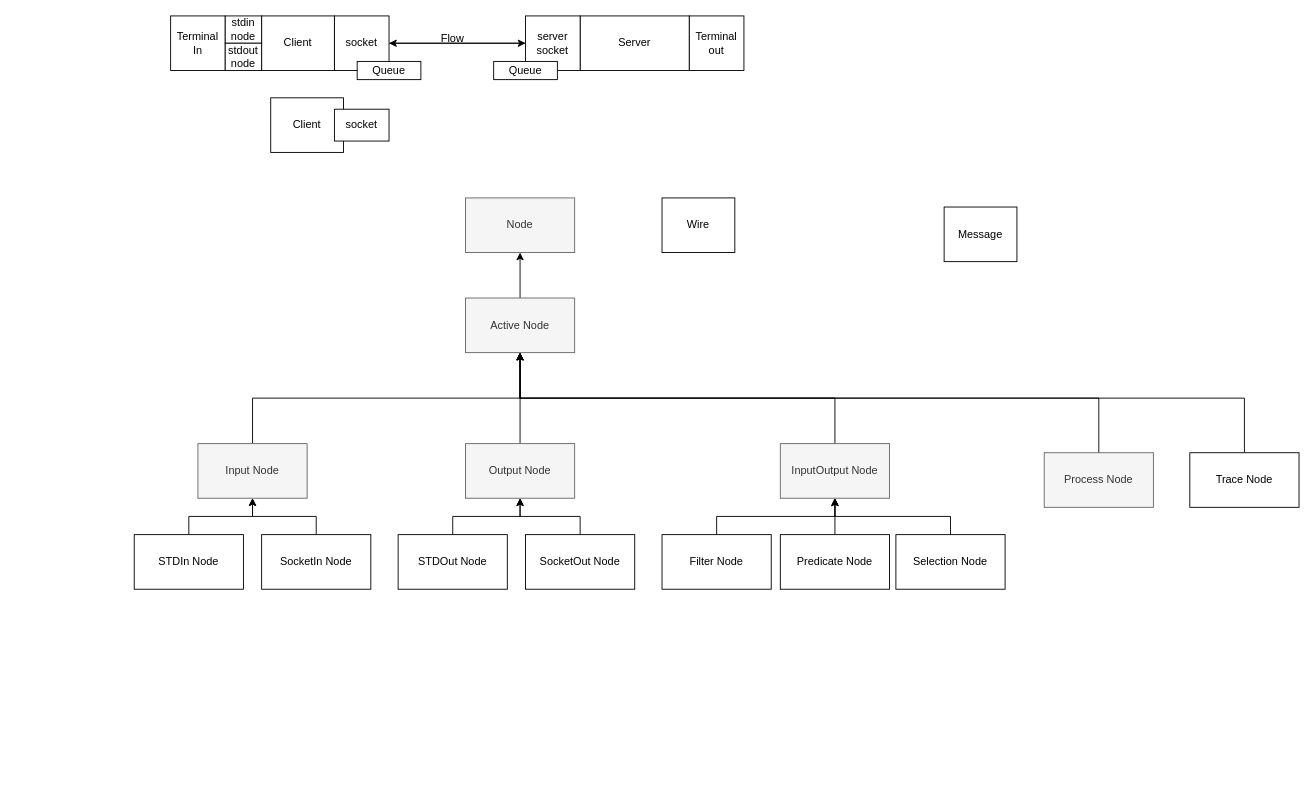
Above: XFlow.drawio in codethestudent/XFlow-Team-Project (draw.io), before the change. Source tidied: cells renumbered, new cells numbered last; positions are measured from the earlier drawing's top-left corner, leaving out a move shared by most shapes. Both pictures are drawn from the tidied source at 91%, with x=0, y=0 at pixel (134, 15).
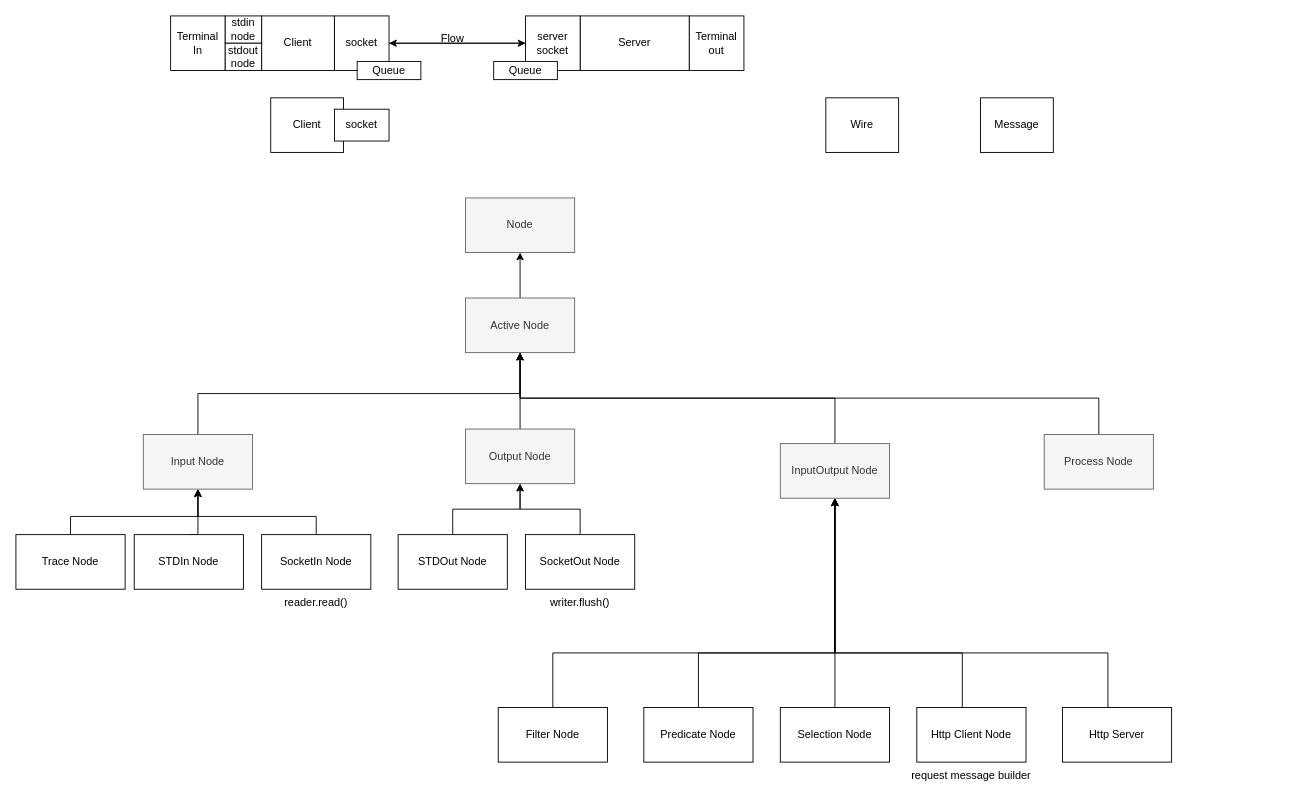
The same diagram, later.

The change refers to these unchanged cells:
```xml
<mxCell id="5" value="Active Node" style="rounded=0;whiteSpace=wrap;html=1;fillColor=#f5f5f5;fontColor=#333333;strokeColor=#666666;" parent="1" vertex="1">
  <mxGeometry x="364" y="310" width="120" height="60" as="geometry" />
</mxCell>
<mxCell id="29" value="InputOutput Node" style="rounded=0;whiteSpace=wrap;html=1;fillColor=#f5f5f5;fontColor=#333333;strokeColor=#666666;" parent="1" vertex="1">
  <mxGeometry x="710" y="470" width="120" height="60" as="geometry" />
</mxCell>
<mxCell id="31" value="STDIn Node" style="rounded=0;whiteSpace=wrap;html=1;" parent="1" vertex="1">
  <mxGeometry y="570" width="120" height="60" as="geometry" />
</mxCell>
<mxCell id="37" value="SocketIn Node" style="rounded=0;whiteSpace=wrap;html=1;" parent="1" vertex="1">
  <mxGeometry x="140" y="570" width="120" height="60" as="geometry" />
</mxCell>
```

What changed in the source:
```diff
@@
     <mxCell id="7" value="Input Node" style="rounded=0;whiteSpace=wrap;html=1;fillColor=#f5f5f5;fontColor=#333333;strokeColor=#666666;" parent="1" vertex="1">
-      <mxGeometry x="70" y="470" width="120" height="60" as="geometry" />
+      <mxGeometry x="10" y="460" width="120" height="60" as="geometry" />
     </mxCell>
@@
     <mxCell id="9" value="Output Node" style="rounded=0;whiteSpace=wrap;html=1;fillColor=#f5f5f5;fontColor=#333333;strokeColor=#666666;" parent="1" vertex="1">
-      <mxGeometry x="364" y="470" width="120" height="60" as="geometry" />
+      <mxGeometry x="364" y="454" width="120" height="60" as="geometry" />
     </mxCell>
@@
     <mxCell id="11" value="Process Node" style="rounded=0;whiteSpace=wrap;html=1;fillColor=#f5f5f5;fontColor=#333333;strokeColor=#666666;" parent="1" vertex="1">
-      <mxGeometry x="1000" y="480" width="120" height="60" as="geometry" />
+      <mxGeometry x="1000" y="460" width="120" height="60" as="geometry" />
     </mxCell>
-    <mxCell id="12" style="edgeStyle=orthogonalEdgeStyle;rounded=0;jettySize=auto;html=1;exitX=0.5;exitY=0;exitDx=0;exitDy=0;" parent="1" edge="1" source="13" target="5">
-      <mxGeometry relative="1" as="geometry">
-        <Array as="points">
-          <mxPoint x="1220" y="420" />
-          <mxPoint x="424" y="420" />
-        </Array>
-      </mxGeometry>
-    </mxCell>
+    <mxCell id="46" style="edgeStyle=orthogonalEdgeStyle;rounded=0;jettySize=auto;html=1;entryX=0.5;entryY=1;entryDx=0;entryDy=0;exitX=0.5;exitY=0;exitDx=0;exitDy=0;" parent="1" edge="1" source="13" target="7">
+      <mxGeometry relative="1" as="geometry">
+        <Array as="points">
+          <mxPoint x="-70" y="550" />
+          <mxPoint x="70" y="550" />
+        </Array>
+      </mxGeometry>
+    </mxCell>
     <mxCell id="13" value="Trace Node" style="rounded=0;whiteSpace=wrap;html=1;" parent="1" vertex="1">
-      <mxGeometry x="1160" y="480" width="120" height="60" as="geometry" />
+      <mxGeometry x="-130" y="570" width="120" height="60" as="geometry" />
     </mxCell>
@@
     <mxCell id="30" style="edgeStyle=orthogonalEdgeStyle;rounded=0;jettySize=auto;html=1;exitX=0.5;exitY=0;exitDx=0;exitDy=0;" parent="1" edge="1" source="31" target="7">
-      <mxGeometry relative="1" as="geometry" />
+      <mxGeometry relative="1" as="geometry">
+        <Array as="points">
+          <mxPoint x="70" y="570" />
+        </Array>
+      </mxGeometry>
     </mxCell>
@@
     <mxCell id="32" value="Message" style="rounded=0;whiteSpace=wrap;html=1;" parent="1" vertex="1">
-      <mxGeometry x="890" y="210" width="80" height="60" as="geometry" />
+      <mxGeometry x="930" y="90" width="80" height="60" as="geometry" />
     </mxCell>
     <mxCell id="33" value="Wire" style="rounded=0;whiteSpace=wrap;html=1;" parent="1" vertex="1">
-      <mxGeometry x="580" y="200" width="80" height="60" as="geometry" />
+      <mxGeometry x="760" y="90" width="80" height="60" as="geometry" />
     </mxCell>
@@
     <mxCell id="36" style="edgeStyle=orthogonalEdgeStyle;rounded=0;jettySize=auto;html=1;exitX=0.5;exitY=0;exitDx=0;exitDy=0;" parent="1" edge="1" source="37" target="7">
-      <mxGeometry relative="1" as="geometry" />
+      <mxGeometry relative="1" as="geometry">
+        <Array as="points">
+          <mxPoint x="200" y="550" />
+          <mxPoint x="70" y="550" />
+        </Array>
+      </mxGeometry>
     </mxCell>
@@
     <mxCell id="40" style="edgeStyle=orthogonalEdgeStyle;rounded=0;jettySize=auto;html=1;exitX=0.5;exitY=0;exitDx=0;exitDy=0;entryX=0.5;entryY=1;entryDx=0;entryDy=0;" parent="1" edge="1" source="41" target="29">
-      <mxGeometry relative="1" as="geometry" />
+      <mxGeometry relative="1" as="geometry">
+        <Array as="points">
+          <mxPoint x="460" y="700" />
+          <mxPoint x="770" y="700" />
+        </Array>
+      </mxGeometry>
     </mxCell>
     <mxCell id="41" value="Filter Node" style="rounded=0;whiteSpace=wrap;html=1;" parent="1" vertex="1">
-      <mxGeometry x="580" y="570" width="120" height="60" as="geometry" />
+      <mxGeometry x="400" y="760" width="120" height="60" as="geometry" />
     </mxCell>
-    <mxCell id="42" style="edgeStyle=orthogonalEdgeStyle;rounded=0;jettySize=auto;html=1;exitX=0.5;exitY=0;exitDx=0;exitDy=0;" parent="1" edge="1" source="43" target="29">
-      <mxGeometry relative="1" as="geometry" />
+    <mxCell id="42" style="edgeStyle=orthogonalEdgeStyle;rounded=0;jettySize=auto;html=1;exitX=0.5;exitY=0;exitDx=0;exitDy=0;entryX=0.5;entryY=1;entryDx=0;entryDy=0;" parent="1" edge="1" source="43" target="29">
+      <mxGeometry relative="1" as="geometry">
+        <Array as="points">
+          <mxPoint x="620" y="700" />
+          <mxPoint x="770" y="700" />
+        </Array>
+      </mxGeometry>
     </mxCell>
     <mxCell id="43" value="Predicate Node" style="rounded=0;whiteSpace=wrap;html=1;" parent="1" vertex="1">
-      <mxGeometry x="710" y="570" width="120" height="60" as="geometry" />
+      <mxGeometry x="560" y="760" width="120" height="60" as="geometry" />
     </mxCell>
-    <mxCell id="44" style="edgeStyle=orthogonalEdgeStyle;rounded=0;jettySize=auto;html=1;exitX=0.5;exitY=0;exitDx=0;exitDy=0;" parent="1" edge="1" source="45" target="29">
+    <mxCell id="44" style="edgeStyle=orthogonalEdgeStyle;rounded=0;jettySize=auto;html=1;exitX=0.5;exitY=0;exitDx=0;exitDy=0;entryX=0.5;entryY=1;entryDx=0;entryDy=0;" parent="1" edge="1" source="45" target="29">
       <mxGeometry relative="1" as="geometry" />
     </mxCell>
     <mxCell id="45" value="Selection Node" style="rounded=0;whiteSpace=wrap;html=1;" parent="1" vertex="1">
-      <mxGeometry x="837" y="570" width="120" height="60" as="geometry" />
+      <mxGeometry x="710" y="760" width="120" height="60" as="geometry" />
     </mxCell>
+    <mxCell id="47" style="edgeStyle=orthogonalEdgeStyle;rounded=0;jettySize=auto;html=1;entryX=0.5;entryY=1;entryDx=0;entryDy=0;" parent="1" edge="1" source="48" target="29">
+      <mxGeometry relative="1" as="geometry">
+        <Array as="points">
+          <mxPoint x="910" y="700" />
+          <mxPoint x="770" y="700" />
+        </Array>
+      </mxGeometry>
+    </mxCell>
+    <mxCell id="48" value="Http Client Node" style="rounded=0;whiteSpace=wrap;html=1;" parent="1" vertex="1">
+      <mxGeometry x="860" y="760" width="120" height="60" as="geometry" />
+    </mxCell>
+    <mxCell id="49" style="edgeStyle=orthogonalEdgeStyle;rounded=0;jettySize=auto;html=1;exitX=0.5;exitY=0;exitDx=0;exitDy=0;entryX=0.5;entryY=1;entryDx=0;entryDy=0;" parent="1" edge="1" source="50" target="29">
+      <mxGeometry relative="1" as="geometry">
+        <Array as="points">
+          <mxPoint x="1070" y="760" />
+          <mxPoint x="1070" y="700" />
+          <mxPoint x="770" y="700" />
+        </Array>
+      </mxGeometry>
+    </mxCell>
+    <mxCell id="50" value="Http Server" style="rounded=0;whiteSpace=wrap;html=1;" parent="1" vertex="1">
+      <mxGeometry x="1020" y="760" width="120" height="60" as="geometry" />
+    </mxCell>
+    <mxCell id="51" value="writer.flush()" style="text;html=1;strokeColor=none;fillColor=none;align=center;verticalAlign=middle;whiteSpace=wrap;rounded=0;" parent="1" vertex="1">
+      <mxGeometry x="460" y="630" width="60" height="30" as="geometry" />
+    </mxCell>
+    <mxCell id="52" value="reader.read()" style="text;html=1;strokeColor=none;fillColor=none;align=center;verticalAlign=middle;whiteSpace=wrap;rounded=0;" parent="1" vertex="1">
+      <mxGeometry x="170" y="630" width="60" height="30" as="geometry" />
+    </mxCell>
+    <mxCell id="53" value="request message builder" style="text;html=1;strokeColor=none;fillColor=none;align=center;verticalAlign=middle;whiteSpace=wrap;rounded=0;" parent="1" vertex="1">
+      <mxGeometry x="850" y="820" width="140" height="30" as="geometry" />
+    </mxCell>
```
